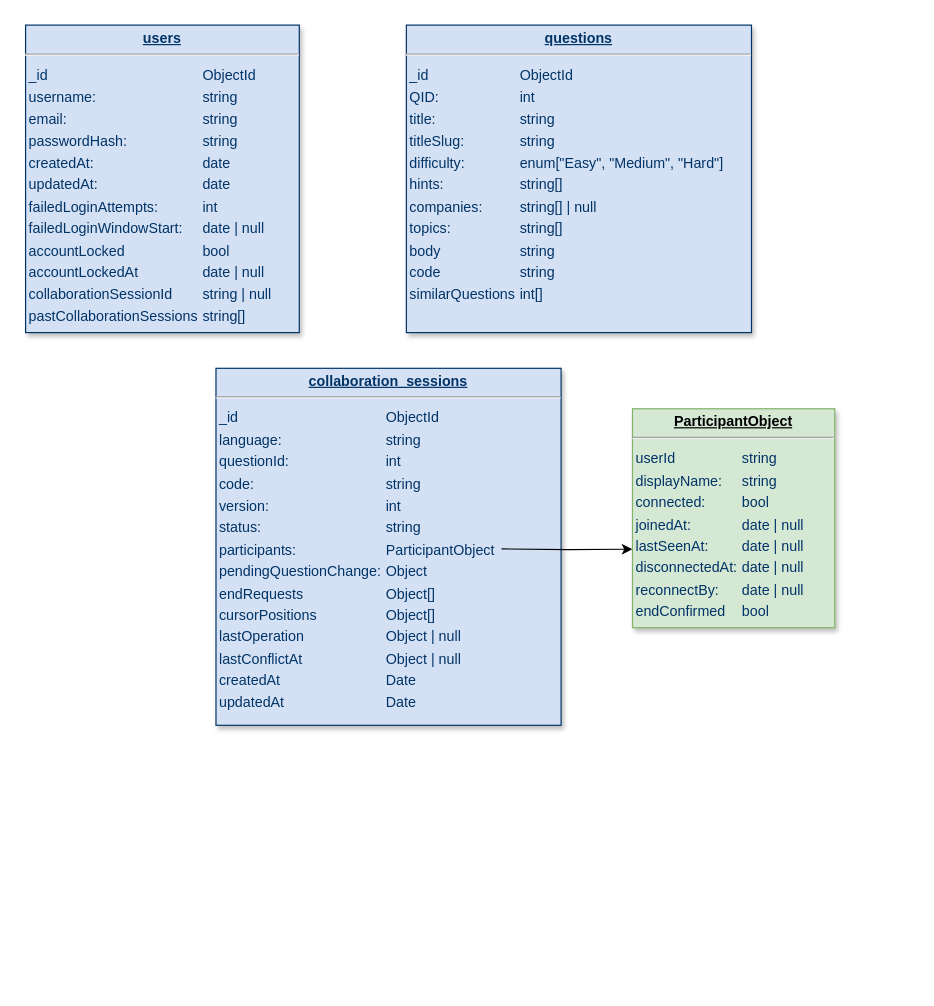
This is docs/Schemas.drawio from realqijun/cs3219-ay2526s1-project-g05, a draw.io file, before an edit. Source tidied: cells renumbered, new cells numbered last; positions are measured from the earlier drawing's top-left corner, leaving out a move shared by most shapes. Both pictures are drawn from the tidied source at 119%, with x=0, y=0 at pixel (25, 25).
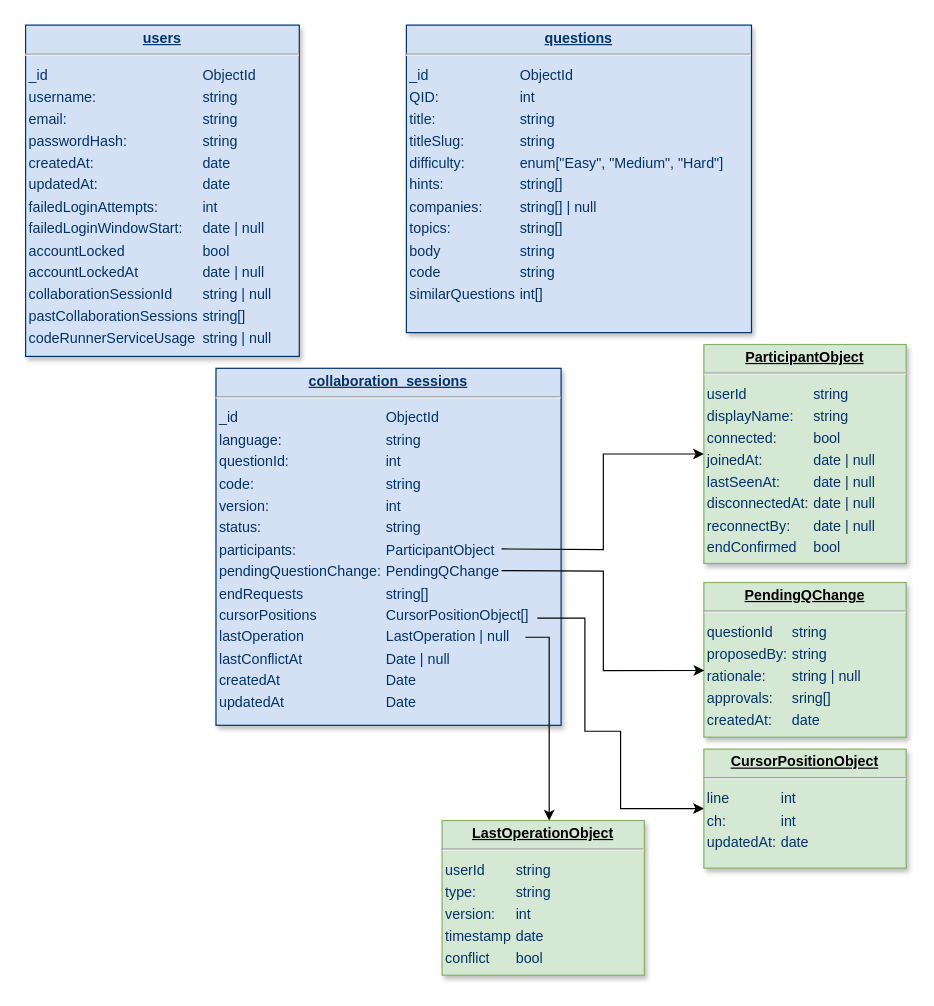
After the change.

Diff of the diagram source:
```diff
@@
 <mxGraphModel>
   <root>
     <mxCell id="0" />
     <mxCell id="1" parent="0" />
-    <mxCell id="2" value="&lt;p style=&quot;margin: 0px; margin-top: 4px; text-align: center; text-decoration: underline;&quot;&gt;&lt;strong&gt;users&lt;/strong&gt;&lt;/p&gt;&lt;hr&gt;&lt;table style=&quot;background-color: transparent; color: light-dark(rgb(0, 51, 102), rgb(161, 205, 249));&quot;&gt;&lt;tbody&gt;&lt;tr&gt;&lt;td&gt;_id&lt;/td&gt;&lt;td&gt;ObjectId&lt;/td&gt;&lt;/tr&gt;&lt;tr&gt;&lt;td&gt;username:&lt;/td&gt;&lt;td&gt;string&lt;/td&gt;&lt;/tr&gt;&lt;tr&gt;&lt;td&gt;email:&lt;/td&gt;&lt;td&gt;string&lt;/td&gt;&lt;/tr&gt;&lt;tr&gt;&lt;td&gt;passwordHash:&lt;/td&gt;&lt;td&gt;string&lt;/td&gt;&lt;/tr&gt;&lt;tr&gt;&lt;td&gt;createdAt:&lt;/td&gt;&lt;td&gt;date&lt;/td&gt;&lt;/tr&gt;&lt;tr&gt;&lt;td&gt;updatedAt:&lt;/td&gt;&lt;td&gt;date&lt;/td&gt;&lt;/tr&gt;&lt;tr&gt;&lt;td&gt;failedLoginAttempts:&lt;/td&gt;&lt;td&gt;int&lt;/td&gt;&lt;/tr&gt;&lt;tr&gt;&lt;td&gt;failedLoginWindowStart:&lt;/td&gt;&lt;td&gt;date | null&lt;/td&gt;&lt;/tr&gt;&lt;tr&gt;&lt;td&gt;accountLocked&lt;/td&gt;&lt;td&gt;bool&lt;/td&gt;&lt;/tr&gt;&lt;tr&gt;&lt;td&gt;accountLockedAt&lt;/td&gt;&lt;td&gt;date | null&lt;/td&gt;&lt;/tr&gt;&lt;tr&gt;&lt;td&gt;collaborationSessionId&lt;/td&gt;&lt;td&gt;string | null&lt;/td&gt;&lt;/tr&gt;&lt;tr&gt;&lt;td&gt;pastCollaborationSessions&lt;/td&gt;&lt;td&gt;string[]&lt;/td&gt;&lt;/tr&gt;&lt;/tbody&gt;&lt;/table&gt;&lt;br&gt;&lt;p&gt;&lt;/p&gt;" style="verticalAlign=top;align=left;overflow=fill;fontSize=12;fontFamily=Helvetica;html=1;strokeColor=#003366;shadow=1;fillColor=#D4E1F5;fontColor=#003366;" parent="1" vertex="1">
-      <mxGeometry y="-0.4" width="230" height="258.4" as="geometry" />
+    <mxCell id="2" value="&lt;p style=&quot;margin: 0px; margin-top: 4px; text-align: center; text-decoration: underline;&quot;&gt;&lt;strong&gt;users&lt;/strong&gt;&lt;/p&gt;&lt;hr&gt;&lt;table style=&quot;background-color: transparent; color: light-dark(rgb(0, 51, 102), rgb(161, 205, 249));&quot;&gt;&lt;tbody&gt;&lt;tr&gt;&lt;td&gt;_id&lt;/td&gt;&lt;td&gt;ObjectId&lt;/td&gt;&lt;/tr&gt;&lt;tr&gt;&lt;td&gt;username:&lt;/td&gt;&lt;td&gt;string&lt;/td&gt;&lt;/tr&gt;&lt;tr&gt;&lt;td&gt;email:&lt;/td&gt;&lt;td&gt;string&lt;/td&gt;&lt;/tr&gt;&lt;tr&gt;&lt;td&gt;passwordHash:&lt;/td&gt;&lt;td&gt;string&lt;/td&gt;&lt;/tr&gt;&lt;tr&gt;&lt;td&gt;createdAt:&lt;/td&gt;&lt;td&gt;date&lt;/td&gt;&lt;/tr&gt;&lt;tr&gt;&lt;td&gt;updatedAt:&lt;/td&gt;&lt;td&gt;date&lt;/td&gt;&lt;/tr&gt;&lt;tr&gt;&lt;td&gt;failedLoginAttempts:&lt;/td&gt;&lt;td&gt;int&lt;/td&gt;&lt;/tr&gt;&lt;tr&gt;&lt;td&gt;failedLoginWindowStart:&lt;/td&gt;&lt;td&gt;date | null&lt;/td&gt;&lt;/tr&gt;&lt;tr&gt;&lt;td&gt;accountLocked&lt;/td&gt;&lt;td&gt;bool&lt;/td&gt;&lt;/tr&gt;&lt;tr&gt;&lt;td&gt;accountLockedAt&lt;/td&gt;&lt;td&gt;date | null&lt;/td&gt;&lt;/tr&gt;&lt;tr&gt;&lt;td&gt;collaborationSessionId&lt;/td&gt;&lt;td&gt;string | null&lt;/td&gt;&lt;/tr&gt;&lt;tr&gt;&lt;td&gt;pastCollaborationSessions&lt;/td&gt;&lt;td&gt;string[]&lt;/td&gt;&lt;/tr&gt;&lt;tr&gt;&lt;td&gt;codeRunnerServiceUsage&lt;/td&gt;&lt;td&gt;string | null&lt;/td&gt;&lt;/tr&gt;&lt;/tbody&gt;&lt;/table&gt;&lt;br&gt;&lt;p&gt;&lt;/p&gt;" style="verticalAlign=top;align=left;overflow=fill;fontSize=12;fontFamily=Helvetica;html=1;strokeColor=#003366;shadow=1;fillColor=#D4E1F5;fontColor=#003366;" parent="1" vertex="1">
+      <mxGeometry y="-0.4" width="230" height="278.4" as="geometry" />
     </mxCell>
     <mxCell id="3" value="&lt;p style=&quot;margin: 0px; margin-top: 4px; text-align: center; text-decoration: underline;&quot;&gt;&lt;b&gt;questions&lt;/b&gt;&lt;/p&gt;&lt;hr&gt;&lt;table style=&quot;background-color: transparent; color: light-dark(rgb(0, 51, 102), rgb(161, 205, 249));&quot;&gt;&lt;tbody&gt;&lt;tr&gt;&lt;td&gt;_id&lt;/td&gt;&lt;td&gt;ObjectId&lt;/td&gt;&lt;/tr&gt;&lt;tr&gt;&lt;td&gt;QID:&lt;/td&gt;&lt;td&gt;int&lt;/td&gt;&lt;/tr&gt;&lt;tr&gt;&lt;td&gt;title:&lt;/td&gt;&lt;td&gt;string&lt;/td&gt;&lt;/tr&gt;&lt;tr&gt;&lt;td&gt;titleSlug:&lt;/td&gt;&lt;td&gt;string&lt;/td&gt;&lt;/tr&gt;&lt;tr&gt;&lt;td&gt;difficulty:&lt;/td&gt;&lt;td&gt;enum[&quot;Easy&quot;, &quot;Medium&quot;, &quot;Hard&quot;]&lt;/td&gt;&lt;/tr&gt;&lt;tr&gt;&lt;td&gt;hints:&lt;/td&gt;&lt;td&gt;string[]&lt;/td&gt;&lt;/tr&gt;&lt;tr&gt;&lt;td&gt;companies:&lt;/td&gt;&lt;td&gt;string[] | null&lt;/td&gt;&lt;/tr&gt;&lt;tr&gt;&lt;td&gt;topics:&lt;/td&gt;&lt;td&gt;string[]&lt;/td&gt;&lt;/tr&gt;&lt;tr&gt;&lt;td&gt;body&lt;/td&gt;&lt;td&gt;string&lt;/td&gt;&lt;/tr&gt;&lt;tr&gt;&lt;td&gt;code&lt;/td&gt;&lt;td&gt;string&lt;/td&gt;&lt;/tr&gt;&lt;tr&gt;&lt;td&gt;similarQuestions&lt;/td&gt;&lt;td&gt;int[]&lt;/td&gt;&lt;/tr&gt;&lt;/tbody&gt;&lt;/table&gt;&lt;br&gt;&lt;p&gt;&lt;/p&gt;" style="verticalAlign=top;align=left;overflow=fill;fontSize=12;fontFamily=Helvetica;html=1;strokeColor=#003366;shadow=1;fillColor=#D4E1F5;fontColor=#003366;" parent="1" vertex="1">
       <mxGeometry x="320" y="-0.4" width="290" height="258.4" as="geometry" />
     </mxCell>
-    <mxCell id="4" value="&lt;p style=&quot;margin: 0px; margin-top: 4px; text-align: center; text-decoration: underline;&quot;&gt;&lt;b&gt;collaboration_sessions&lt;/b&gt;&lt;/p&gt;&lt;hr&gt;&lt;table style=&quot;background-color: transparent; color: light-dark(rgb(0, 51, 102), rgb(161, 205, 249));&quot;&gt;&lt;tbody&gt;&lt;tr&gt;&lt;td&gt;_id&lt;/td&gt;&lt;td&gt;ObjectId&lt;/td&gt;&lt;/tr&gt;&lt;tr&gt;&lt;td&gt;language:&lt;/td&gt;&lt;td&gt;string&lt;/td&gt;&lt;/tr&gt;&lt;tr&gt;&lt;td&gt;questionId:&lt;/td&gt;&lt;td&gt;int&lt;/td&gt;&lt;/tr&gt;&lt;tr&gt;&lt;td&gt;code:&lt;/td&gt;&lt;td&gt;string&lt;/td&gt;&lt;/tr&gt;&lt;tr&gt;&lt;td&gt;version:&lt;/td&gt;&lt;td&gt;int&lt;/td&gt;&lt;/tr&gt;&lt;tr&gt;&lt;td&gt;status:&lt;/td&gt;&lt;td&gt;string&lt;/td&gt;&lt;/tr&gt;&lt;tr&gt;&lt;td&gt;participants:&lt;/td&gt;&lt;td&gt;ParticipantObject&lt;/td&gt;&lt;/tr&gt;&lt;tr&gt;&lt;td&gt;pendingQuestionChange:&lt;/td&gt;&lt;td&gt;Object&lt;/td&gt;&lt;/tr&gt;&lt;tr&gt;&lt;td&gt;endRequests&lt;/td&gt;&lt;td&gt;Object[]&lt;/td&gt;&lt;/tr&gt;&lt;tr&gt;&lt;td&gt;cursorPositions&lt;/td&gt;&lt;td&gt;Object[]&lt;/td&gt;&lt;/tr&gt;&lt;tr&gt;&lt;td&gt;lastOperation&lt;/td&gt;&lt;td&gt;Object | null&lt;/td&gt;&lt;/tr&gt;&lt;tr&gt;&lt;td&gt;lastConflictAt&lt;/td&gt;&lt;td&gt;Object | null&lt;/td&gt;&lt;/tr&gt;&lt;tr&gt;&lt;td&gt;createdAt&lt;/td&gt;&lt;td&gt;Date&lt;/td&gt;&lt;/tr&gt;&lt;tr&gt;&lt;td&gt;updatedAt&lt;/td&gt;&lt;td&gt;Date&lt;/td&gt;&lt;/tr&gt;&lt;/tbody&gt;&lt;/table&gt;&lt;br&gt;&lt;p&gt;&lt;/p&gt;" style="verticalAlign=top;align=left;overflow=fill;fontSize=12;fontFamily=Helvetica;html=1;strokeColor=#003366;shadow=1;fillColor=#D4E1F5;fontColor=#003366;" parent="1" vertex="1">
+    <mxCell id="4" value="&lt;p style=&quot;margin: 0px; margin-top: 4px; text-align: center; text-decoration: underline;&quot;&gt;&lt;b&gt;collaboration_sessions&lt;/b&gt;&lt;/p&gt;&lt;hr&gt;&lt;table style=&quot;background-color: transparent; color: light-dark(rgb(0, 51, 102), rgb(161, 205, 249));&quot;&gt;&lt;tbody&gt;&lt;tr&gt;&lt;td&gt;_id&lt;/td&gt;&lt;td&gt;ObjectId&lt;/td&gt;&lt;/tr&gt;&lt;tr&gt;&lt;td&gt;language:&lt;/td&gt;&lt;td&gt;string&lt;/td&gt;&lt;/tr&gt;&lt;tr&gt;&lt;td&gt;questionId:&lt;/td&gt;&lt;td&gt;int&lt;/td&gt;&lt;/tr&gt;&lt;tr&gt;&lt;td&gt;code:&lt;/td&gt;&lt;td&gt;string&lt;/td&gt;&lt;/tr&gt;&lt;tr&gt;&lt;td&gt;version:&lt;/td&gt;&lt;td&gt;int&lt;/td&gt;&lt;/tr&gt;&lt;tr&gt;&lt;td&gt;status:&lt;/td&gt;&lt;td&gt;string&lt;/td&gt;&lt;/tr&gt;&lt;tr&gt;&lt;td&gt;participants:&lt;/td&gt;&lt;td&gt;ParticipantObject&lt;/td&gt;&lt;/tr&gt;&lt;tr&gt;&lt;td&gt;pendingQuestionChange:&lt;/td&gt;&lt;td&gt;PendingQChange&lt;/td&gt;&lt;/tr&gt;&lt;tr&gt;&lt;td&gt;endRequests&lt;/td&gt;&lt;td&gt;string[]&lt;/td&gt;&lt;/tr&gt;&lt;tr&gt;&lt;td&gt;cursorPositions&lt;/td&gt;&lt;td&gt;CursorPositionObject[]&lt;/td&gt;&lt;/tr&gt;&lt;tr&gt;&lt;td&gt;lastOperation&lt;/td&gt;&lt;td&gt;LastOperation | null&lt;/td&gt;&lt;/tr&gt;&lt;tr&gt;&lt;td&gt;lastConflictAt&lt;/td&gt;&lt;td&gt;Date | null&lt;/td&gt;&lt;/tr&gt;&lt;tr&gt;&lt;td&gt;createdAt&lt;/td&gt;&lt;td&gt;Date&lt;/td&gt;&lt;/tr&gt;&lt;tr&gt;&lt;td&gt;updatedAt&lt;/td&gt;&lt;td&gt;Date&lt;/td&gt;&lt;/tr&gt;&lt;/tbody&gt;&lt;/table&gt;&lt;br&gt;&lt;p&gt;&lt;/p&gt;" style="verticalAlign=top;align=left;overflow=fill;fontSize=12;fontFamily=Helvetica;html=1;strokeColor=#003366;shadow=1;fillColor=#D4E1F5;fontColor=#003366;" parent="1" vertex="1">
       <mxGeometry x="160" y="288" width="290" height="300" as="geometry" />
     </mxCell>
-    <mxCell id="5" style="edgeStyle=orthogonalEdgeStyle;rounded=0;orthogonalLoop=1;jettySize=auto;html=1;exitX=0.724;exitY=0.503;exitDx=0;exitDy=0;exitPerimeter=0;" parent="1" edge="1">
+    <mxCell id="5" style="edgeStyle=orthogonalEdgeStyle;rounded=0;jettySize=auto;html=1;exitX=0.724;exitY=0.503;exitDx=0;exitDy=0;exitPerimeter=0;entryX=0;entryY=0.5;entryDx=0;entryDy=0;" parent="1" edge="1" target="6">
       <mxGeometry relative="1" as="geometry">
         <mxPoint x="400" y="439.8" as="sourcePoint" />
-        <mxPoint x="510" y="440" as="targetPoint" />
       </mxGeometry>
     </mxCell>
     <mxCell id="6" value="&lt;p style=&quot;margin: 0px; margin-top: 4px; text-align: center; text-decoration: underline;&quot;&gt;&lt;b&gt;ParticipantObject&lt;/b&gt;&lt;/p&gt;&lt;hr&gt;&lt;table style=&quot;background-color: transparent; color: light-dark(rgb(0, 51, 102), rgb(161, 205, 249));&quot;&gt;&lt;tbody&gt;&lt;tr&gt;&lt;td&gt;userId&lt;/td&gt;&lt;td&gt;string&lt;/td&gt;&lt;/tr&gt;&lt;tr&gt;&lt;td&gt;displayName:&lt;/td&gt;&lt;td&gt;string&lt;/td&gt;&lt;/tr&gt;&lt;tr&gt;&lt;td&gt;connected:&lt;/td&gt;&lt;td&gt;bool&lt;/td&gt;&lt;/tr&gt;&lt;tr&gt;&lt;td&gt;joinedAt:&lt;/td&gt;&lt;td&gt;date | null&lt;/td&gt;&lt;/tr&gt;&lt;tr&gt;&lt;td&gt;lastSeenAt:&lt;/td&gt;&lt;td&gt;date | null&lt;/td&gt;&lt;/tr&gt;&lt;tr&gt;&lt;td&gt;disconnectedAt:&lt;/td&gt;&lt;td&gt;date | null&lt;/td&gt;&lt;/tr&gt;&lt;tr&gt;&lt;td&gt;reconnectBy:&lt;/td&gt;&lt;td&gt;date | null&lt;/td&gt;&lt;/tr&gt;&lt;tr&gt;&lt;td&gt;endConfirmed&lt;/td&gt;&lt;td&gt;bool&lt;/td&gt;&lt;/tr&gt;&lt;tr&gt;&lt;td&gt;&lt;br&gt;&lt;/td&gt;&lt;td&gt;&lt;/td&gt;&lt;/tr&gt;&lt;/tbody&gt;&lt;/table&gt;&lt;br&gt;&lt;p&gt;&lt;/p&gt;" style="verticalAlign=top;align=left;overflow=fill;fontSize=12;fontFamily=Helvetica;html=1;strokeColor=#82b366;shadow=1;fillColor=#d5e8d4;" parent="1" vertex="1">
-      <mxGeometry x="510" y="322" width="170" height="184" as="geometry" />
+      <mxGeometry x="570" y="268" width="170" height="184" as="geometry" />
     </mxCell>
+    <mxCell id="7" value="&lt;p style=&quot;margin: 0px; margin-top: 4px; text-align: center; text-decoration: underline;&quot;&gt;&lt;b&gt;PendingQChange&lt;/b&gt;&lt;/p&gt;&lt;hr&gt;&lt;table style=&quot;background-color: transparent; color: light-dark(rgb(0, 51, 102), rgb(161, 205, 249));&quot;&gt;&lt;tbody&gt;&lt;tr&gt;&lt;td&gt;questionId&lt;/td&gt;&lt;td&gt;string&lt;/td&gt;&lt;/tr&gt;&lt;tr&gt;&lt;td&gt;proposedBy:&lt;/td&gt;&lt;td&gt;string&lt;/td&gt;&lt;/tr&gt;&lt;tr&gt;&lt;td&gt;rationale:&lt;/td&gt;&lt;td&gt;string | null&lt;/td&gt;&lt;/tr&gt;&lt;tr&gt;&lt;td&gt;approvals:&lt;/td&gt;&lt;td&gt;sring[]&lt;/td&gt;&lt;/tr&gt;&lt;tr&gt;&lt;td&gt;createdAt:&lt;/td&gt;&lt;td&gt;date&lt;/td&gt;&lt;/tr&gt;&lt;tr&gt;&lt;td&gt;&lt;br&gt;&lt;/td&gt;&lt;td&gt;&lt;br&gt;&lt;/td&gt;&lt;/tr&gt;&lt;tr&gt;&lt;td&gt;&lt;br&gt;&lt;/td&gt;&lt;td&gt;&lt;/td&gt;&lt;/tr&gt;&lt;/tbody&gt;&lt;/table&gt;&lt;br&gt;&lt;p&gt;&lt;/p&gt;" style="verticalAlign=top;align=left;overflow=fill;fontSize=12;fontFamily=Helvetica;html=1;strokeColor=#82b366;shadow=1;fillColor=#d5e8d4;" parent="1" vertex="1">
+      <mxGeometry x="570" y="468" width="170" height="130" as="geometry" />
+    </mxCell>
+    <mxCell id="8" style="edgeStyle=orthogonalEdgeStyle;rounded=0;jettySize=auto;html=1;entryX=0.002;entryY=0.569;entryDx=0;entryDy=0;entryPerimeter=0;" parent="1" edge="1" target="7">
+      <mxGeometry relative="1" as="geometry">
+        <mxPoint x="400" y="458" as="sourcePoint" />
+      </mxGeometry>
+    </mxCell>
+    <mxCell id="9" style="edgeStyle=orthogonalEdgeStyle;rounded=0;jettySize=auto;html=1;entryX=0;entryY=0.5;entryDx=0;entryDy=0;" parent="1" edge="1" target="10">
+      <mxGeometry relative="1" as="geometry">
+        <mxPoint x="430" y="498" as="sourcePoint" />
+        <Array as="points">
+          <mxPoint x="470" y="498" />
+          <mxPoint x="470" y="593" />
+          <mxPoint x="500" y="593" />
+          <mxPoint x="500" y="658" />
+        </Array>
+      </mxGeometry>
+    </mxCell>
+    <mxCell id="10" value="&lt;p style=&quot;margin: 0px; margin-top: 4px; text-align: center; text-decoration: underline;&quot;&gt;&lt;b&gt;CursorPositionObject&lt;/b&gt;&lt;/p&gt;&lt;hr&gt;&lt;table style=&quot;background-color: transparent; color: light-dark(rgb(0, 51, 102), rgb(161, 205, 249));&quot;&gt;&lt;tbody&gt;&lt;tr&gt;&lt;td&gt;line&lt;/td&gt;&lt;td&gt;int&lt;/td&gt;&lt;/tr&gt;&lt;tr&gt;&lt;td&gt;ch:&lt;/td&gt;&lt;td&gt;int&lt;/td&gt;&lt;/tr&gt;&lt;tr&gt;&lt;td&gt;updatedAt:&lt;/td&gt;&lt;td&gt;date&lt;/td&gt;&lt;/tr&gt;&lt;tr&gt;&lt;td&gt;&lt;br&gt;&lt;/td&gt;&lt;td&gt;&lt;br&gt;&lt;/td&gt;&lt;/tr&gt;&lt;tr&gt;&lt;td&gt;&lt;br&gt;&lt;/td&gt;&lt;td&gt;&lt;br&gt;&lt;/td&gt;&lt;/tr&gt;&lt;tr&gt;&lt;td&gt;&lt;br&gt;&lt;/td&gt;&lt;td&gt;&lt;/td&gt;&lt;/tr&gt;&lt;/tbody&gt;&lt;/table&gt;&lt;br&gt;&lt;p&gt;&lt;/p&gt;" style="verticalAlign=top;align=left;overflow=fill;fontSize=12;fontFamily=Helvetica;html=1;strokeColor=#82b366;shadow=1;fillColor=#d5e8d4;" parent="1" vertex="1">
+      <mxGeometry x="570" y="608" width="170" height="100" as="geometry" />
+    </mxCell>
+    <mxCell id="11" value="&lt;p style=&quot;margin: 0px; margin-top: 4px; text-align: center; text-decoration: underline;&quot;&gt;&lt;b&gt;LastOperationObject&lt;/b&gt;&lt;/p&gt;&lt;hr&gt;&lt;table style=&quot;background-color: transparent; color: light-dark(rgb(0, 51, 102), rgb(161, 205, 249));&quot;&gt;&lt;tbody&gt;&lt;tr&gt;&lt;td&gt;userId&lt;/td&gt;&lt;td&gt;string&lt;/td&gt;&lt;/tr&gt;&lt;tr&gt;&lt;td&gt;type:&lt;/td&gt;&lt;td&gt;string&lt;/td&gt;&lt;/tr&gt;&lt;tr&gt;&lt;td&gt;version:&lt;/td&gt;&lt;td&gt;int&lt;/td&gt;&lt;/tr&gt;&lt;tr&gt;&lt;td&gt;timestamp&lt;/td&gt;&lt;td&gt;date&lt;/td&gt;&lt;/tr&gt;&lt;tr&gt;&lt;td&gt;conflict&lt;/td&gt;&lt;td&gt;bool&lt;/td&gt;&lt;/tr&gt;&lt;tr&gt;&lt;td&gt;&lt;br&gt;&lt;/td&gt;&lt;td&gt;&lt;br&gt;&lt;/td&gt;&lt;/tr&gt;&lt;tr&gt;&lt;td&gt;&lt;br&gt;&lt;/td&gt;&lt;td&gt;&lt;/td&gt;&lt;/tr&gt;&lt;/tbody&gt;&lt;/table&gt;&lt;br&gt;&lt;p&gt;&lt;/p&gt;" style="verticalAlign=top;align=left;overflow=fill;fontSize=12;fontFamily=Helvetica;html=1;strokeColor=#82b366;shadow=1;fillColor=#d5e8d4;" parent="1" vertex="1">
+      <mxGeometry x="350" y="668" width="170" height="130" as="geometry" />
+    </mxCell>
+    <mxCell id="12" style="edgeStyle=orthogonalEdgeStyle;rounded=0;orthogonalLoop=1;jettySize=auto;html=1;" parent="1" edge="1">
+      <mxGeometry relative="1" as="geometry">
+        <mxPoint x="420" y="514" as="sourcePoint" />
+        <mxPoint x="440" y="668" as="targetPoint" />
+        <Array as="points">
+          <mxPoint x="440" y="514" />
+          <mxPoint x="440" y="668" />
+        </Array>
+      </mxGeometry>
+    </mxCell>
   </root>
 </mxGraphModel>
```
